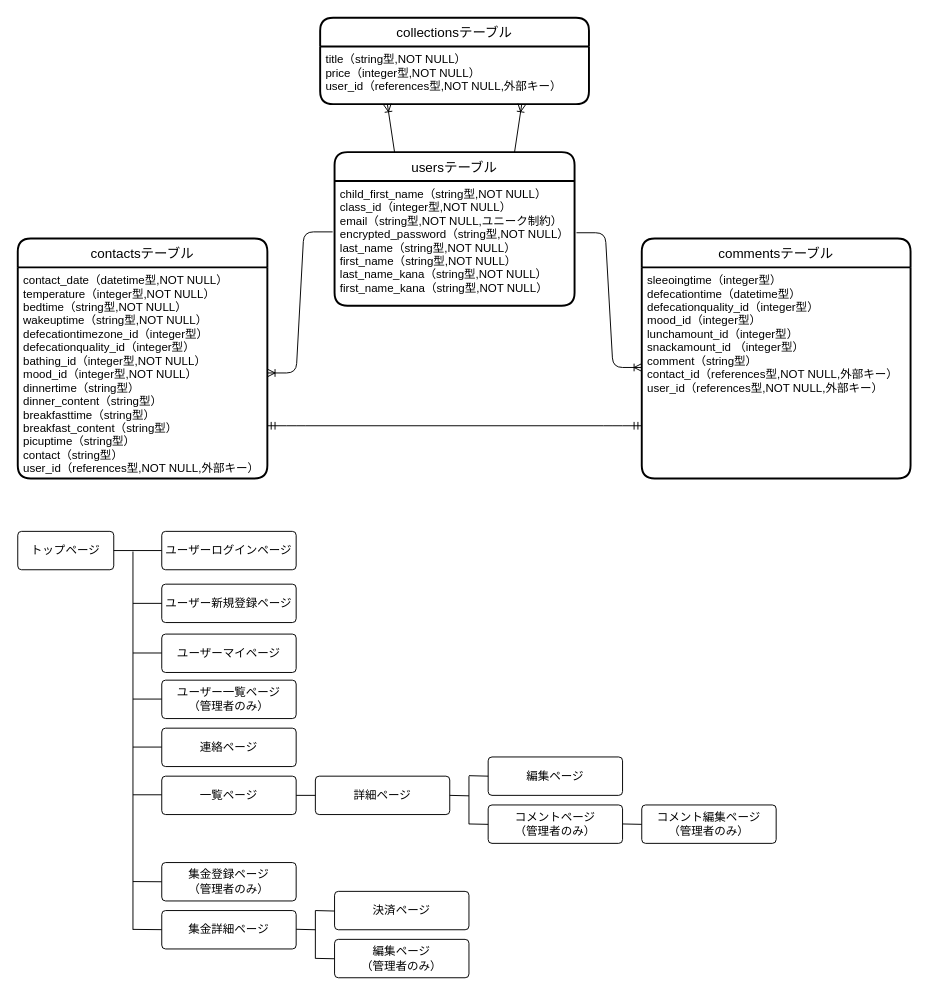
Before: contact.dio in sugisanize/contact_book, a draw.io diagram. Source tidied: cells renumbered, new cells numbered last; positions are measured from the earlier drawing's top-left corner, leaving out a move shared by most shapes. Both pictures are drawn from the tidied source at 96%, with x=0, y=0 at pixel (17, 17).
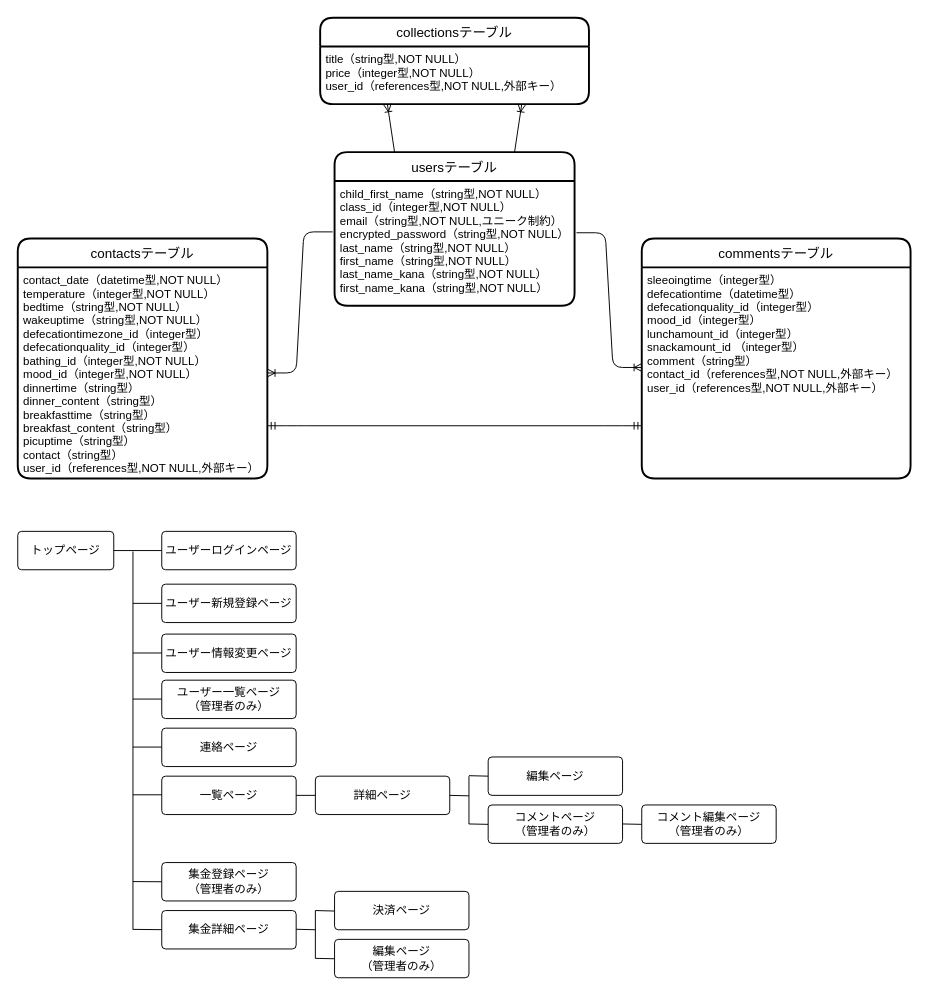
The same page after the edit.

Commit message:
ページ遷移図修正

Diff of the diagram source:
```diff
@@
-    <mxCell id="18" value="ユーザーマイページ" style="rounded=1;arcSize=10;whiteSpace=wrap;html=1;align=center;" parent="1" vertex="1">
+    <mxCell id="18" value="ユーザー情報変更ページ" style="rounded=1;arcSize=10;whiteSpace=wrap;html=1;align=center;" parent="1" vertex="1">
       <mxGeometry x="150" y="642" width="140" height="40" as="geometry" />
     </mxCell>
```
